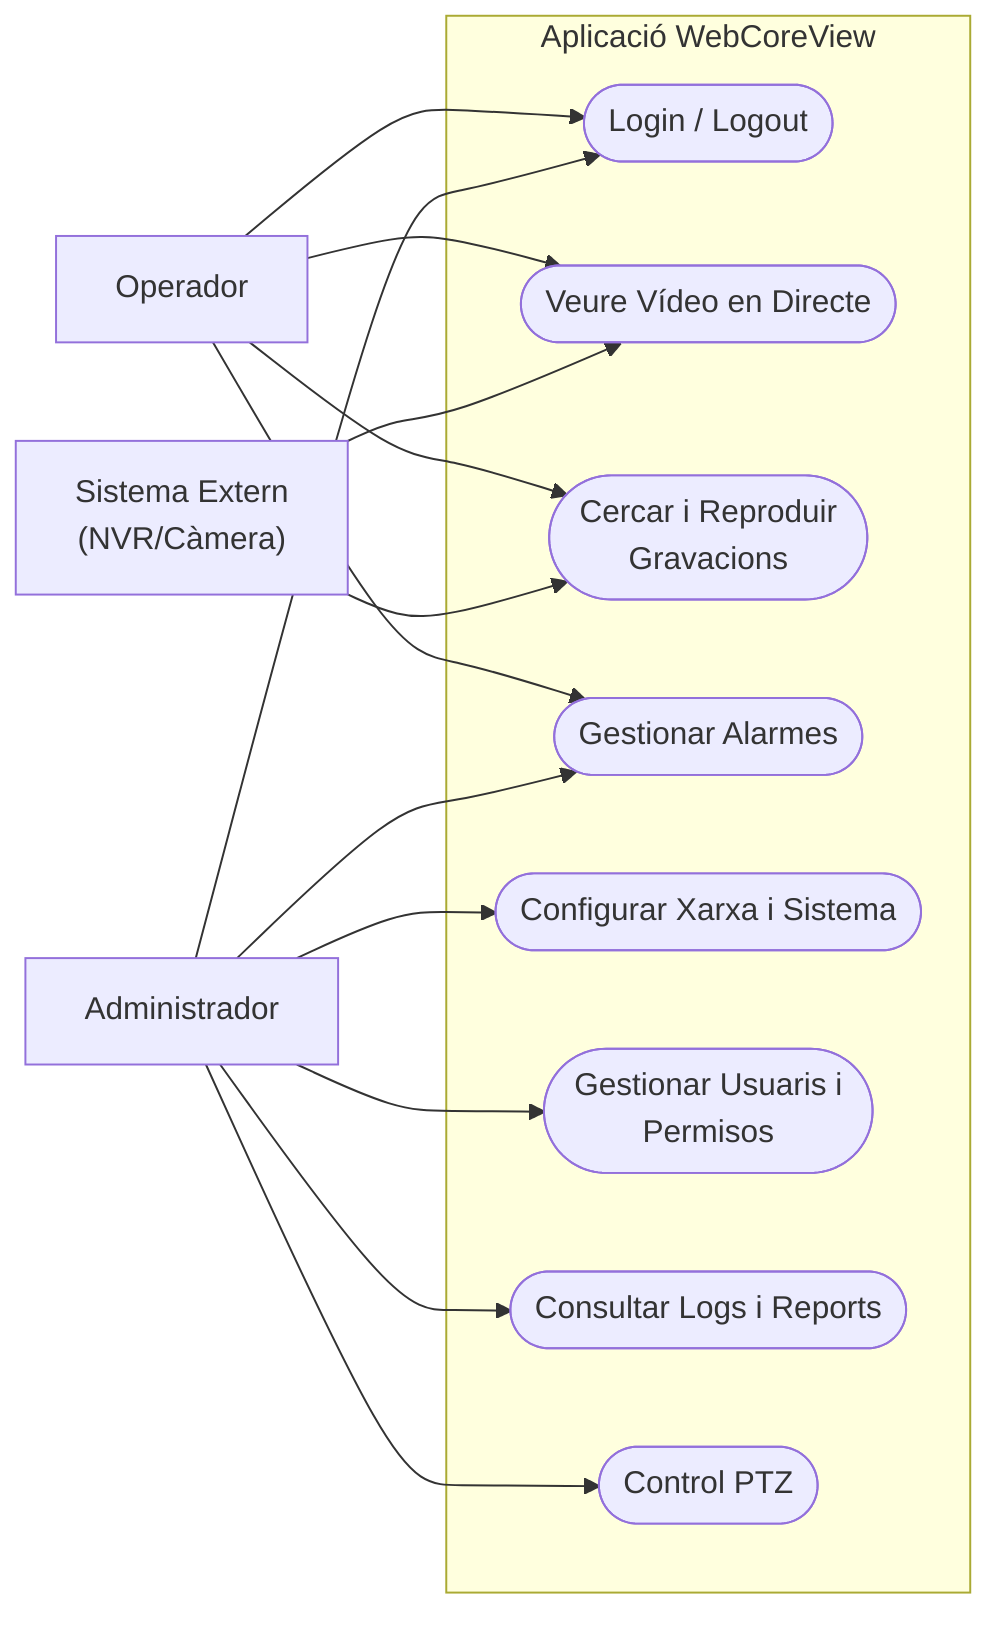
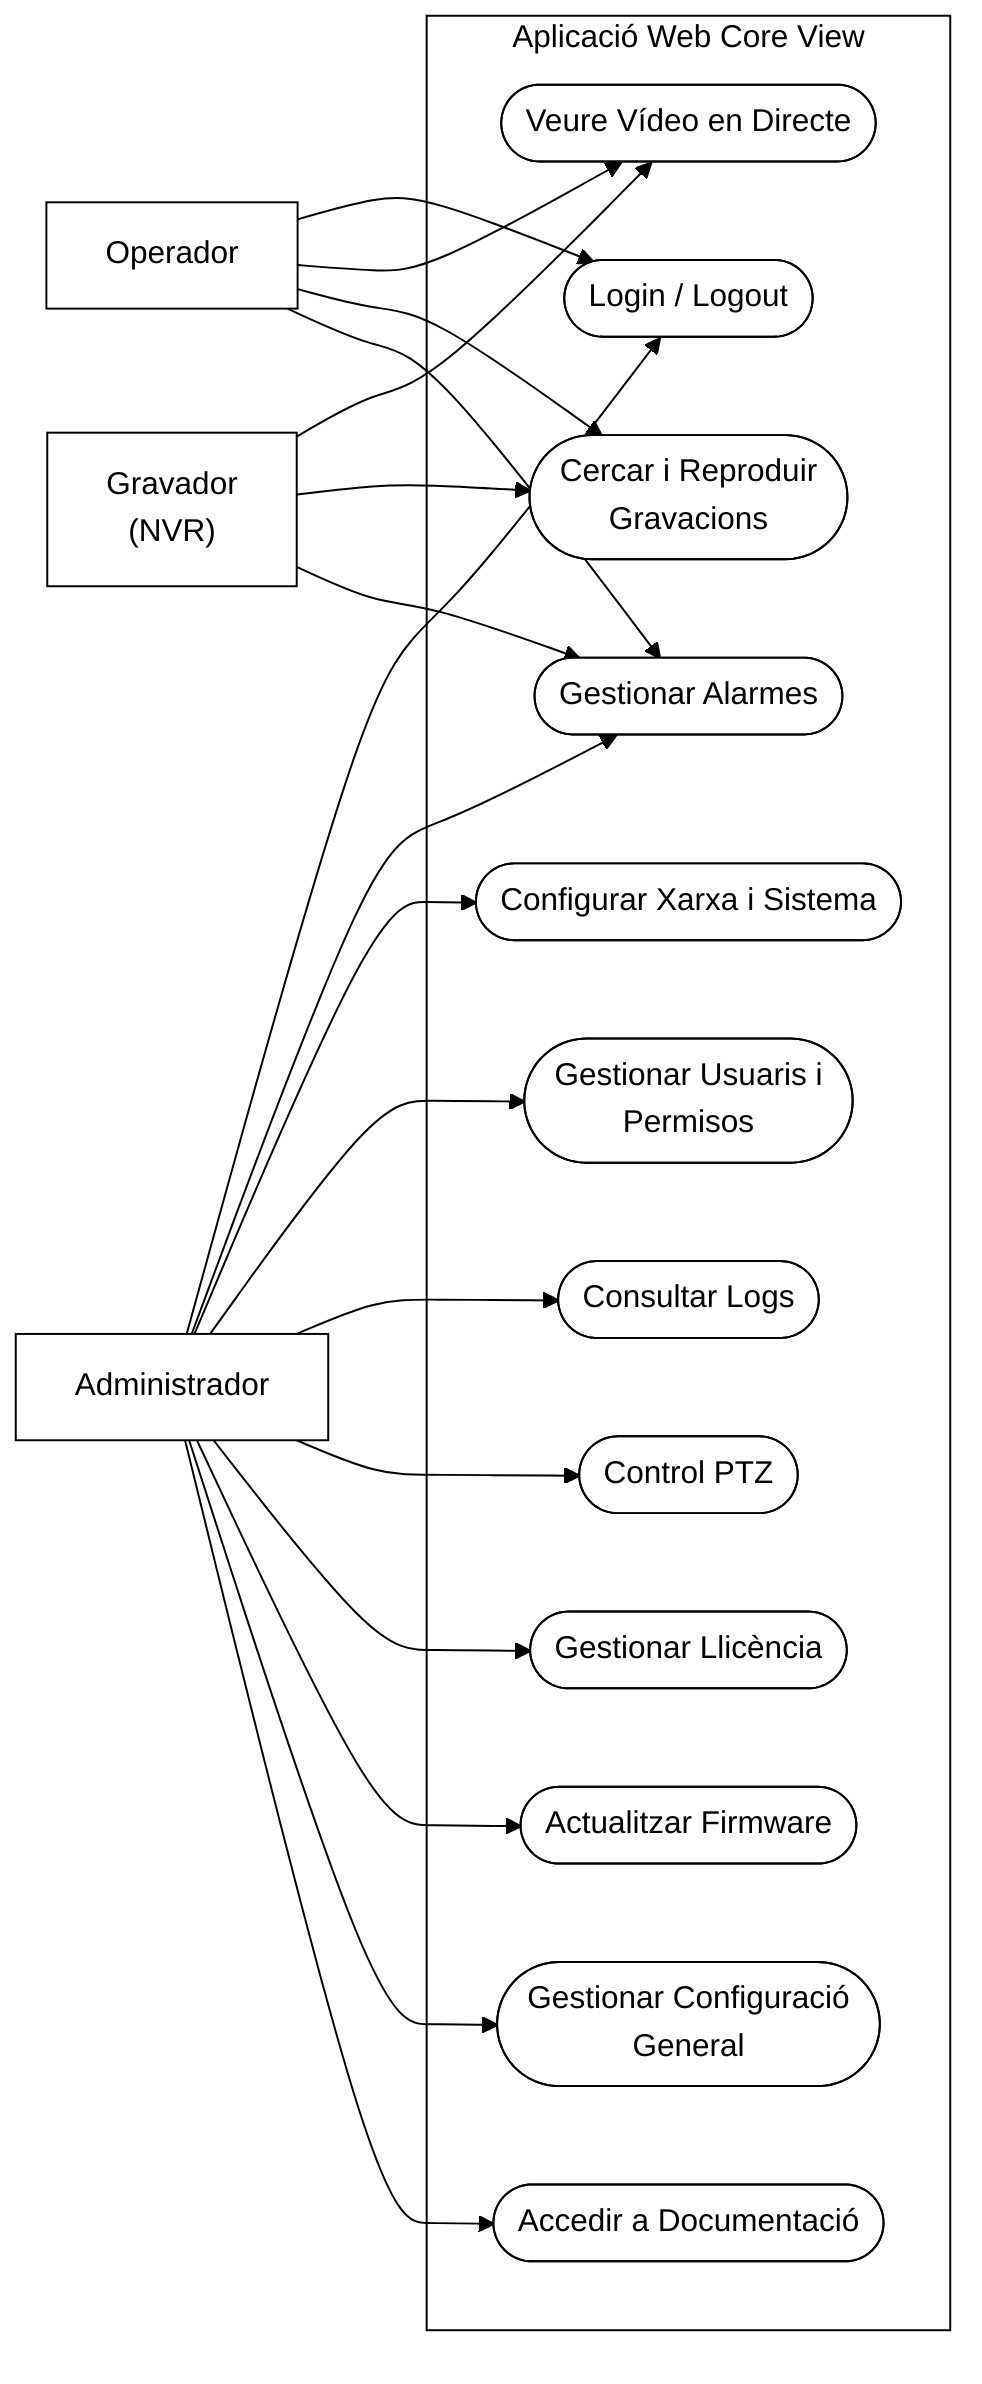
+ %%{init: {
+  'theme': 'base',
+  'themeVariables': {
+    'background': '#ffffff',
+    'primaryColor': '#ffffff',
+    'primaryTextColor': '#000000',
+    'primaryBorderColor': '#000000',
+    'lineColor': '#000000',
+    'secondaryColor': '#ffffff',
+    'tertiaryColor': '#ffffff'
+  },
+  'themeCSS': '.node rect, .node circle, .node polygon, .node path, .cluster rect { stroke: #000000 !important; stroke-width: 1px !important; filter: none !important; box-shadow: none !important; } .label { color: #000000 !important; }'
+ }}%%
+ 
graph LR
    Operador[Operador]
    Administrador[Administrador]
-     SistemaExtern["Sistema Extern\n(NVR/Càmera)"]
+     Gravador["Gravador\n(NVR)"]

-     subgraph System["Aplicació WebCoreView"]
+     subgraph System["Aplicació Web Core View"]
        UC1([Login / Logout])
        UC2([Veure Vídeo en Directe])
        UC3(["Cercar i Reproduir\nGravacions"])
        UC4([Gestionar Alarmes])
        UC5([Configurar Xarxa i Sistema])
        UC6(["Gestionar Usuaris i\nPermisos"])
-         UC7([Consultar Logs i Reports])
+         UC7([Consultar Logs])
        UC8([Control PTZ])
+         UC9([Gestionar Llicència])
+         UC10([Actualitzar Firmware])
+         UC11(["Gestionar Configuració\nGeneral"])
+         UC12([Accedir a Documentació])
    end

    Operador --> UC1
    Operador --> UC2
    Operador --> UC3
    Operador --> UC4
    Administrador --> UC1
    Administrador --> UC4
    Administrador --> UC5
    Administrador --> UC6
    Administrador --> UC7
    Administrador --> UC8
-     SistemaExtern --> UC2
-     SistemaExtern --> UC3
+     Administrador --> UC9
+     Administrador --> UC10
+     Administrador --> UC11
+     Administrador --> UC12
+     Gravador --> UC2
+     Gravador --> UC3
+     Gravador --> UC4
